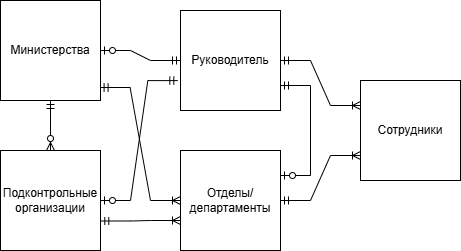
Before: docs/conceptual_model.png, a diagram exported from draw.io (Tukk0/Government_Database). Source tidied: cells renumbered, new cells last; positions are measured from the earlier drawing's top-left corner, leaving out a move shared by most shapes.
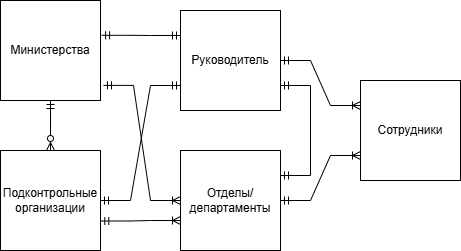
Above is the later version.

Change to the diagram source:
```diff
@@ -11,7 +11,7 @@
     <mxCell id="4" value="Отделы/&lt;br&gt;департаменты" style="whiteSpace=wrap;html=1;" parent="1" vertex="1">
       <mxGeometry x="180" y="150" width="100" height="100" as="geometry" />
     </mxCell>
-    <mxCell id="5" style="edgeStyle=entityRelationEdgeStyle;fontSize=12;html=1;endArrow=ERoneToMany;startArrow=ERmandOne;rounded=0;exitX=0.996;exitY=0.87;exitDx=0;exitDy=0;entryX=0;entryY=0.5;entryDx=0;entryDy=0;exitPerimeter=0;" parent="1" edge="1" source="2" target="4">
+    <mxCell id="5" style="edgeStyle=entityRelationEdgeStyle;fontSize=12;html=1;endArrow=ERoneToMany;startArrow=ERmandOne;rounded=0;exitX=1.03;exitY=0.849;exitDx=0;exitDy=0;entryX=0;entryY=0.5;entryDx=0;entryDy=0;exitPerimeter=0;" parent="1" edge="1" source="2" target="4">
       <mxGeometry relative="1" as="geometry" />
     </mxCell>
     <mxCell id="6" style="edgeStyle=entityRelationEdgeStyle;fontSize=12;html=1;endArrow=ERoneToMany;startArrow=ERmandOne;rounded=0;exitX=1.003;exitY=0.705;exitDx=0;exitDy=0;exitPerimeter=0;" parent="1" edge="1" source="3">
@@ -34,6 +34,15 @@
     <mxCell id="9" value="Руководитель" style="whiteSpace=wrap;html=1;" parent="1" vertex="1">
       <mxGeometry x="180" y="10" width="100" height="100" as="geometry" />
     </mxCell>
+    <mxCell id="15" style="edgeStyle=entityRelationEdgeStyle;fontSize=12;html=1;endArrow=ERmandOne;startArrow=ERmandOne;rounded=0;entryX=1;entryY=0.75;entryDx=0;entryDy=0;exitX=1;exitY=0.25;exitDx=0;exitDy=0;" parent="1" edge="1" source="4" target="9">
+      <mxGeometry relative="1" as="geometry" />
+    </mxCell>
+    <mxCell id="16" style="edgeStyle=entityRelationEdgeStyle;fontSize=12;html=1;endArrow=ERmandOne;startArrow=ERmandOne;rounded=0;entryX=0;entryY=0.25;entryDx=0;entryDy=0;exitX=1.011;exitY=0.348;exitDx=0;exitDy=0;exitPerimeter=0;" parent="1" edge="1" source="2" target="9">
+      <mxGeometry relative="1" as="geometry" />
+    </mxCell>
+    <mxCell id="17" style="edgeStyle=entityRelationEdgeStyle;fontSize=12;html=1;endArrow=ERmandOne;startArrow=ERmandOne;rounded=0;entryX=0;entryY=0.75;entryDx=0;entryDy=0;exitX=1;exitY=0.5;exitDx=0;exitDy=0;" parent="1" edge="1" source="3" target="9">
+      <mxGeometry relative="1" as="geometry" />
+    </mxCell>
     <mxCell id="10" style="edgeStyle=entityRelationEdgeStyle;fontSize=12;html=1;endArrow=ERoneToMany;startArrow=ERmandOne;rounded=0;exitX=1;exitY=0.5;exitDx=0;exitDy=0;entryX=0;entryY=0.25;entryDx=0;entryDy=0;" parent="1" edge="1" source="9" target="7">
       <mxGeometry relative="1" as="geometry">
         <Array as="points">
@@ -44,14 +53,5 @@
     <mxCell id="11" style="edgeStyle=orthogonalEdgeStyle;fontSize=12;html=1;endArrow=ERzeroToMany;startArrow=ERmandOne;rounded=0;exitX=0.5;exitY=1;exitDx=0;exitDy=0;entryX=0.5;entryY=0;entryDx=0;entryDy=0;" parent="1" edge="1" source="2" target="3">
       <mxGeometry relative="1" as="geometry" />
     </mxCell>
-    <mxCell id="12" style="edgeStyle=entityRelationEdgeStyle;fontSize=12;html=1;endArrow=ERzeroToOne;startArrow=ERmandOne;rounded=0;exitX=0;exitY=0.5;exitDx=0;exitDy=0;entryX=1;entryY=0.5;entryDx=0;entryDy=0;" parent="1" edge="1" source="9" target="2">
-      <mxGeometry relative="1" as="geometry" />
-    </mxCell>
-    <mxCell id="13" style="edgeStyle=entityRelationEdgeStyle;fontSize=12;html=1;endArrow=ERzeroToOne;startArrow=ERmandOne;rounded=0;exitX=-0.027;exitY=0.701;exitDx=0;exitDy=0;exitPerimeter=0;entryX=1;entryY=0.5;entryDx=0;entryDy=0;" parent="1" edge="1" source="9" target="3">
-      <mxGeometry relative="1" as="geometry" />
-    </mxCell>
-    <mxCell id="14" style="edgeStyle=entityRelationEdgeStyle;fontSize=12;html=1;endArrow=ERzeroToOne;startArrow=ERmandOne;rounded=0;exitX=1;exitY=0.75;exitDx=0;exitDy=0;entryX=1;entryY=0.25;entryDx=0;entryDy=0;" parent="1" edge="1" source="9" target="4">
-      <mxGeometry relative="1" as="geometry" />
-    </mxCell>
   </root>
 </mxGraphModel>
```
